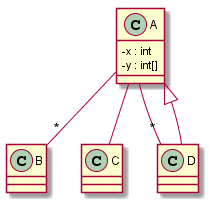
DhirajGurnani/umlparsercmpe202 keeps this PlantUML diagram as UML parser/output.png. Above is the earlier version.
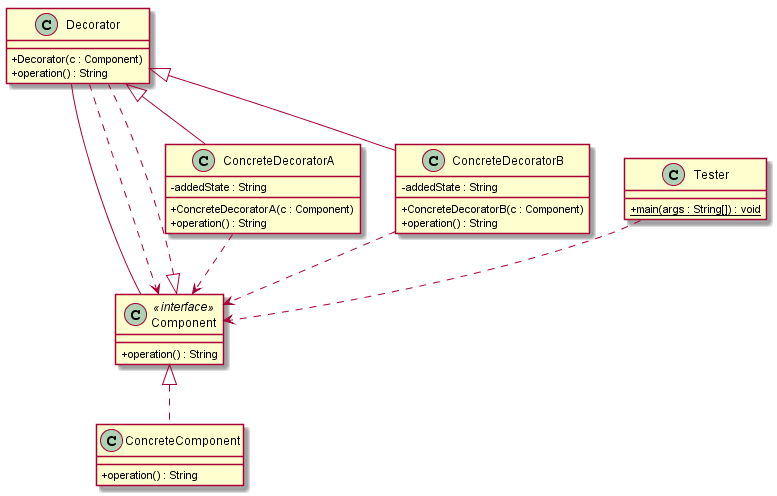
Above is the later version.

Diff of the diagram source:
```diff
@@ -1,17 +1,35 @@
 @startuml
 skinparam classAttributeIconSize 0
-A -- "*" B
-A -- C
-A -- "*" D
-class A {
--x : int
--y : int[]
+Decorator -- Component
+ConcreteDecoratorA ..> Component
+ConcreteDecoratorB ..> Component
+Decorator ..> Component
+Tester ..> Component
+class Component <<interface>>  {
++ operation() : String
 }
-class B {
+Component <|.. ConcreteComponent
+class ConcreteComponent {
++ operation() : String
 }
-class C {
+Decorator  ^-- ConcreteDecoratorA
+class ConcreteDecoratorA {
+-addedState : String
++ ConcreteDecoratorA(c : Component)
++ operation() : String
 }
-A  ^-- D
-class D {
+Decorator  ^-- ConcreteDecoratorB
+class ConcreteDecoratorB {
+-addedState : String
++ ConcreteDecoratorB(c : Component)
++ operation() : String
+}
+Component <|.. Decorator
+class Decorator {
++ Decorator(c : Component)
++ operation() : String
+}
+class Tester {
+{static} + main(args : String[]) : void
 }
 @enduml
```
